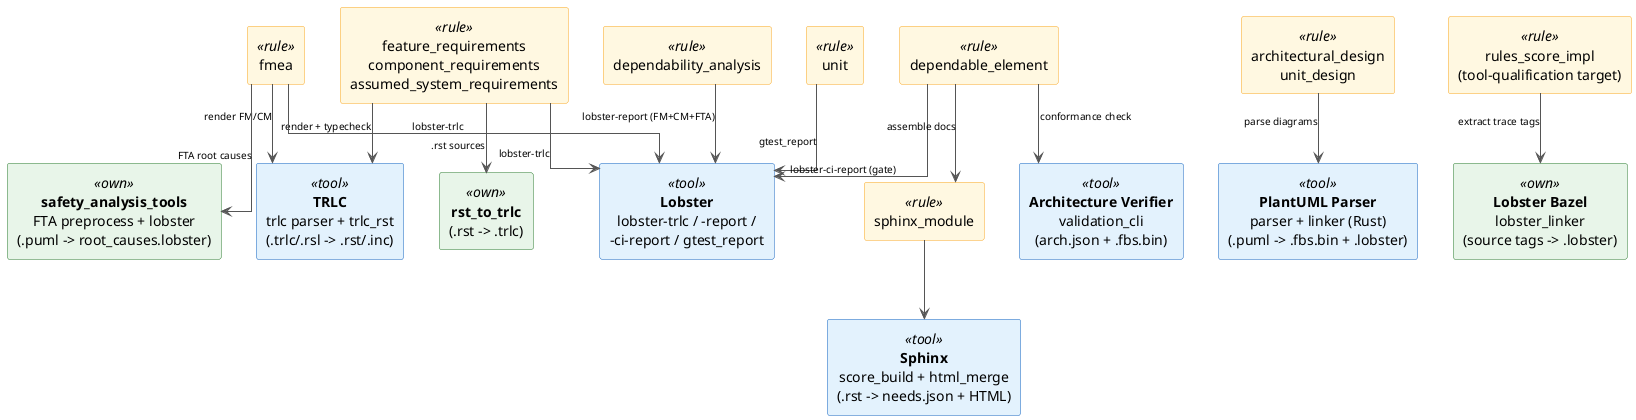
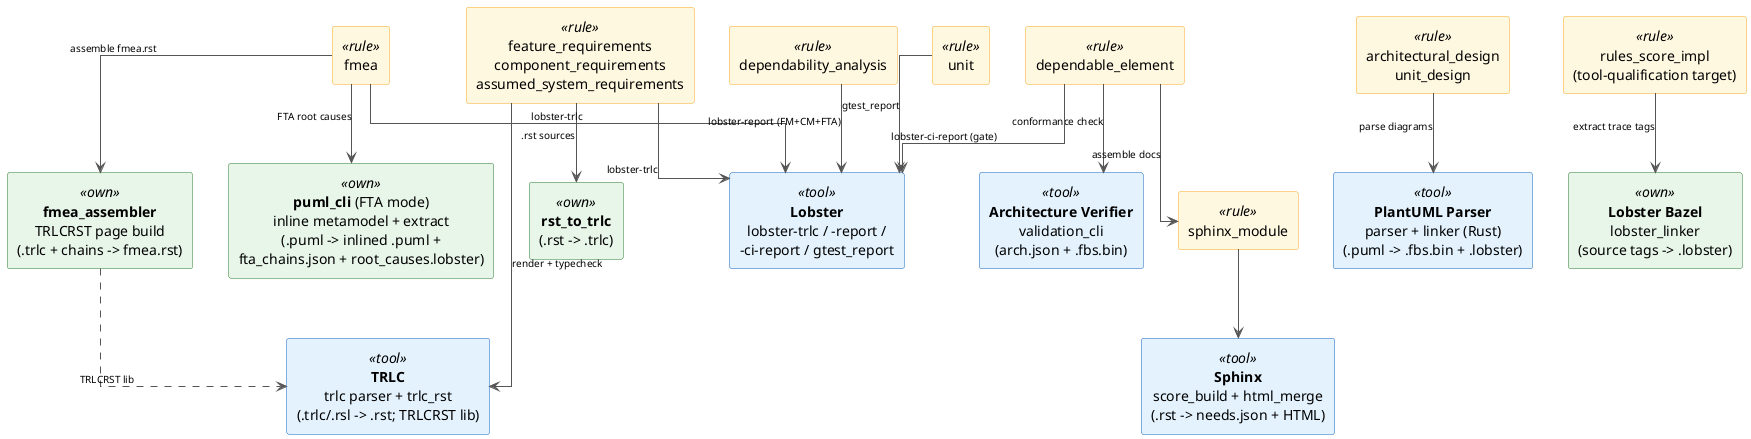
' *******************************************************************************
' Copyright (c) 2026 Contributors to the Eclipse Foundation
'
' See the NOTICE file(s) distributed with this work for additional
' information regarding copyright ownership.
'
' This program and the accompanying materials are made available under the
' terms of the Apache License Version 2.0 which is available at
' https://www.apache.org/licenses/LICENSE-2.0
'
' SPDX-License-Identifier: Apache-2.0
' *******************************************************************************

@startuml tooling_chain

' Which external tool each Bazel rule/macro invokes during the build.
' Left column: rules_score rules (Starlark).  Right column: the tools they drive.

skinparam linetype ortho
skinparam ArrowFontSize 10
skinparam ArrowColor #555555
skinparam defaultTextAlignment center

skinparam rectangle {
    BackgroundColor<<rule>> #FFF8E1
    BorderColor<<rule>> #F9A825
    BackgroundColor<<tool>> #E3F2FD
    BorderColor<<tool>> #1565C0
    BackgroundColor<<own>> #E8F5E9
    BorderColor<<own>> #2E7D32
}

' ── Rules (Starlark macros) ───────────────────────────────────────────────────
rectangle "feature_requirements\ncomponent_requirements\nassumed_system_requirements" <<rule>> as req
rectangle "architectural_design\nunit_design" <<rule>> as arch
rectangle "fmea" <<rule>> as fmea
rectangle "unit" <<rule>> as unit
rectangle "dependability_analysis" <<rule>> as da
rectangle "dependable_element" <<rule>> as de
rectangle "sphinx_module" <<rule>> as sphinx

' ── Tools ─────────────────────────────────────────────────────────────────────
- rectangle "**TRLC**\ntrlc parser + trlc_rst\n(.trlc/.rsl -> .rst/.inc)" <<tool>> as trlc
+ rectangle "**TRLC**\ntrlc parser + trlc_rst\n(.trlc/.rsl -> .rst; TRLCRST lib)" <<tool>> as trlc
rectangle "**rst_to_trlc**\n(.rst -> .trlc)" <<own>> as r2t
rectangle "**PlantUML Parser**\nparser + linker (Rust)\n(.puml -> .fbs.bin + .lobster)" <<tool>> as puml
- rectangle "**safety_analysis_tools**\nFTA preprocess + lobster\n(.puml -> root_causes.lobster)" <<own>> as sat
+ rectangle "**puml_cli** (FTA mode)\ninline metamodel + extract\n(.puml -> inlined .puml +\nfta_chains.json + root_causes.lobster)" <<own>> as fta
+ rectangle "**fmea_assembler**\nTRLCRST page build\n(.trlc + chains -> fmea.rst)" <<own>> as asm
rectangle "**Lobster**\nlobster-trlc / -report /\n-ci-report / gtest_report" <<tool>> as lob
rectangle "**Architecture Verifier**\nvalidation_cli\n(arch.json + .fbs.bin)" <<tool>> as verifier
rectangle "**Sphinx**\nscore_build + html_merge\n(.rst -> needs.json + HTML)" <<tool>> as docs

' ── Tool-qualification branch (traces tool requirements to source) ────────────
rectangle "rules_score_impl\n(tool-qualification target)" <<rule>> as impl
rectangle "**Lobster Bazel**\nlobster_linker\n(source tags -> .lobster)" <<own>> as lobbz

req --> r2t   : .rst sources
req --> trlc  : render + typecheck
req --> lob   : lobster-trlc

arch --> puml : parse diagrams
- fmea --> trlc : render FM/CM
- fmea --> sat  : FTA root causes
+ fmea --> fta  : FTA root causes
+ fmea --> asm  : assemble fmea.rst
+ asm  ..> trlc : TRLCRST lib
fmea --> lob  : lobster-trlc
unit --> lob  : gtest_report

da  --> lob   : lobster-report (FM+CM+FTA)
de  --> verifier : conformance check
de  --> lob   : lobster-ci-report (gate)
de  --> sphinx : assemble docs
sphinx --> docs

impl --> lobbz : extract trace tags

@enduml
